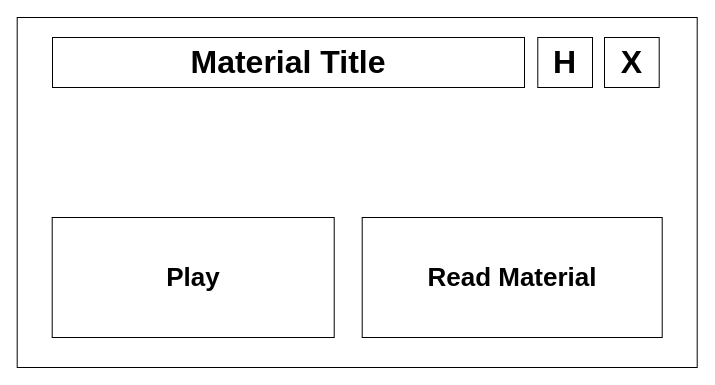
rif746/AlgosQuest keeps this draw.io diagram as page "PlayOrReadUI" (6 of 16) of docs/Quest.drawio. Above is the earlier version. Source tidied: cells renumbered, new cells numbered last; positions are measured from the earlier drawing's top-left corner, leaving out a move shared by most shapes. Both pictures are drawn from the tidied source at 100%, with x=0, y=0 at pixel (17, 17).
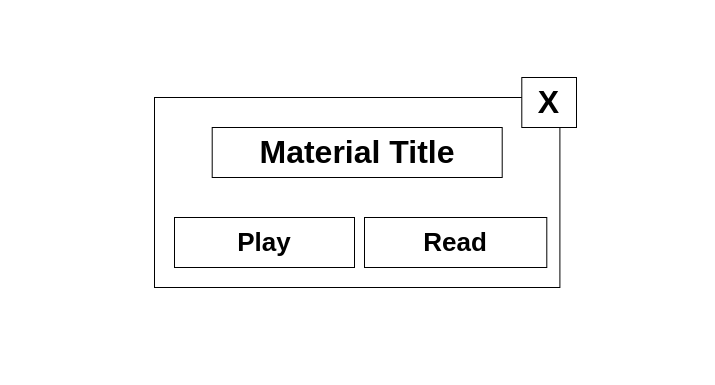
The same page after the edit.

What changed in the source:
```diff
@@
 <mxGraphModel>
   <root>
     <mxCell id="0" />
     <mxCell id="1" parent="0" />
-    <mxCell id="2" style="rounded=0;whiteSpace=wrap;html=1;" parent="1" vertex="1">
-      <mxGeometry x="-0.3" width="680" height="350" as="geometry" />
-    </mxCell>
+    <mxCell id="8" style="rounded=0;whiteSpace=wrap;html=1;" parent="1" vertex="1">
+      <mxGeometry x="137" y="80" width="405.4" height="190" as="geometry" />
+    </mxCell>
+    <mxCell id="4" value="X" style="rounded=0;whiteSpace=wrap;html=1;fontStyle=1;fontSize=32;" parent="1" vertex="1">
+      <mxGeometry x="504.3" y="60" width="54.7" height="50" as="geometry" />
+    </mxCell>
+    <mxCell id="6" value="Read" style="rounded=0;whiteSpace=wrap;html=1;fontStyle=1;fontSize=26;" parent="1" vertex="1">
+      <mxGeometry x="347" y="200" width="182.3" height="50" as="geometry" />
+    </mxCell>
+    <mxCell id="5" value="Play" style="rounded=0;whiteSpace=wrap;html=1;fontStyle=1;fontSize=26;" parent="1" vertex="1">
+      <mxGeometry x="157" y="200" width="180" height="50" as="geometry" />
+    </mxCell>
     <mxCell id="3" value="Material Title" style="rounded=0;whiteSpace=wrap;html=1;fontStyle=1;fontSize=32;" parent="1" vertex="1">
-      <mxGeometry x="35" y="20" width="472" height="50" as="geometry" />
+      <mxGeometry x="194.7" y="110" width="290" height="50" as="geometry" />
     </mxCell>
-    <mxCell id="4" value="X" style="rounded=0;whiteSpace=wrap;html=1;fontStyle=1;fontSize=32;" parent="1" vertex="1">
-      <mxGeometry x="587" y="20" width="54.7" height="50" as="geometry" />
-    </mxCell>
-    <mxCell id="5" value="Play" style="rounded=0;whiteSpace=wrap;html=1;fontStyle=1;fontSize=26;" parent="1" vertex="1">
-      <mxGeometry x="34.7" y="200" width="282" height="120" as="geometry" />
-    </mxCell>
-    <mxCell id="6" value="Read Material" style="rounded=0;whiteSpace=wrap;html=1;fontStyle=1;fontSize=26;" parent="1" vertex="1">
-      <mxGeometry x="344.7" y="200" width="300" height="120" as="geometry" />
-    </mxCell>
-    <mxCell id="7" value="H" style="rounded=0;whiteSpace=wrap;html=1;fontStyle=1;fontSize=32;" parent="1" vertex="1">
-      <mxGeometry x="520.3" y="20" width="54.7" height="50" as="geometry" />
-    </mxCell>
   </root>
 </mxGraphModel>
```
